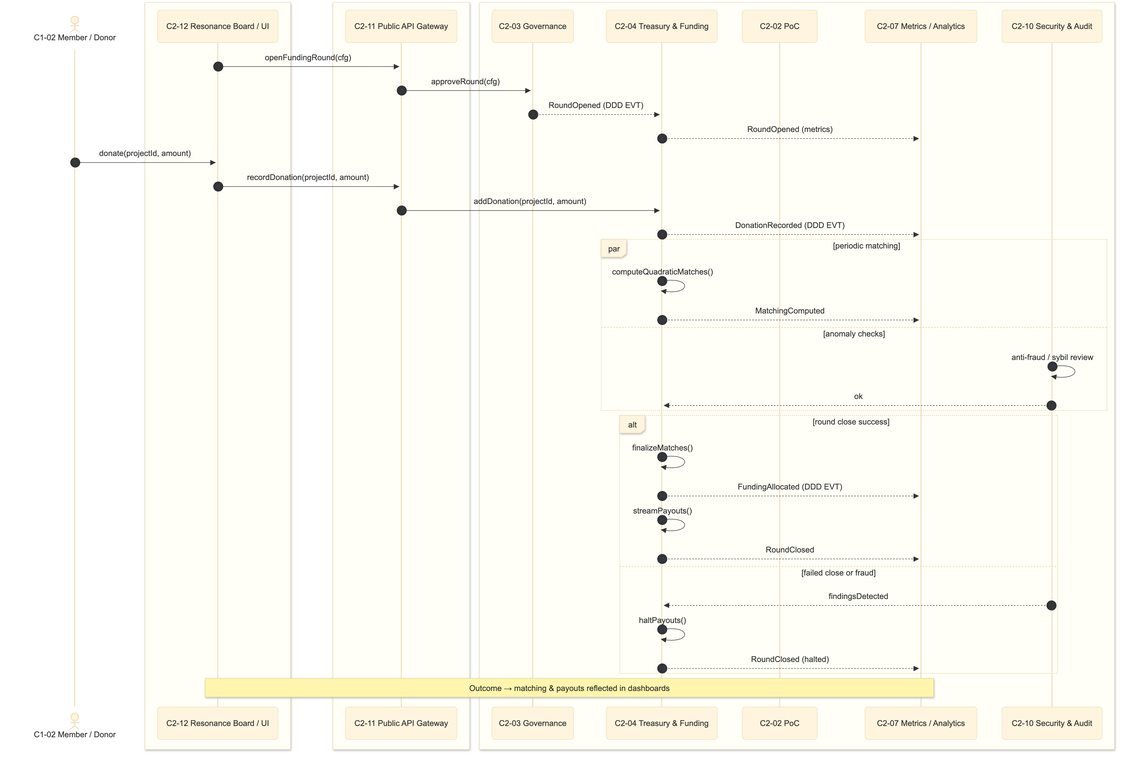
Earlier version of the Mermaid export assets/diagrams/C4_sequences/C4-03_Quadratic_Funding_Round_Setup_Matching_Payout.png (coherosphere/architecture). Its source is kept beside it as assets/diagrams/C4_sequences/C4-03_Quadratic_Funding_Round_Setup_Matching_Payout.mmd.
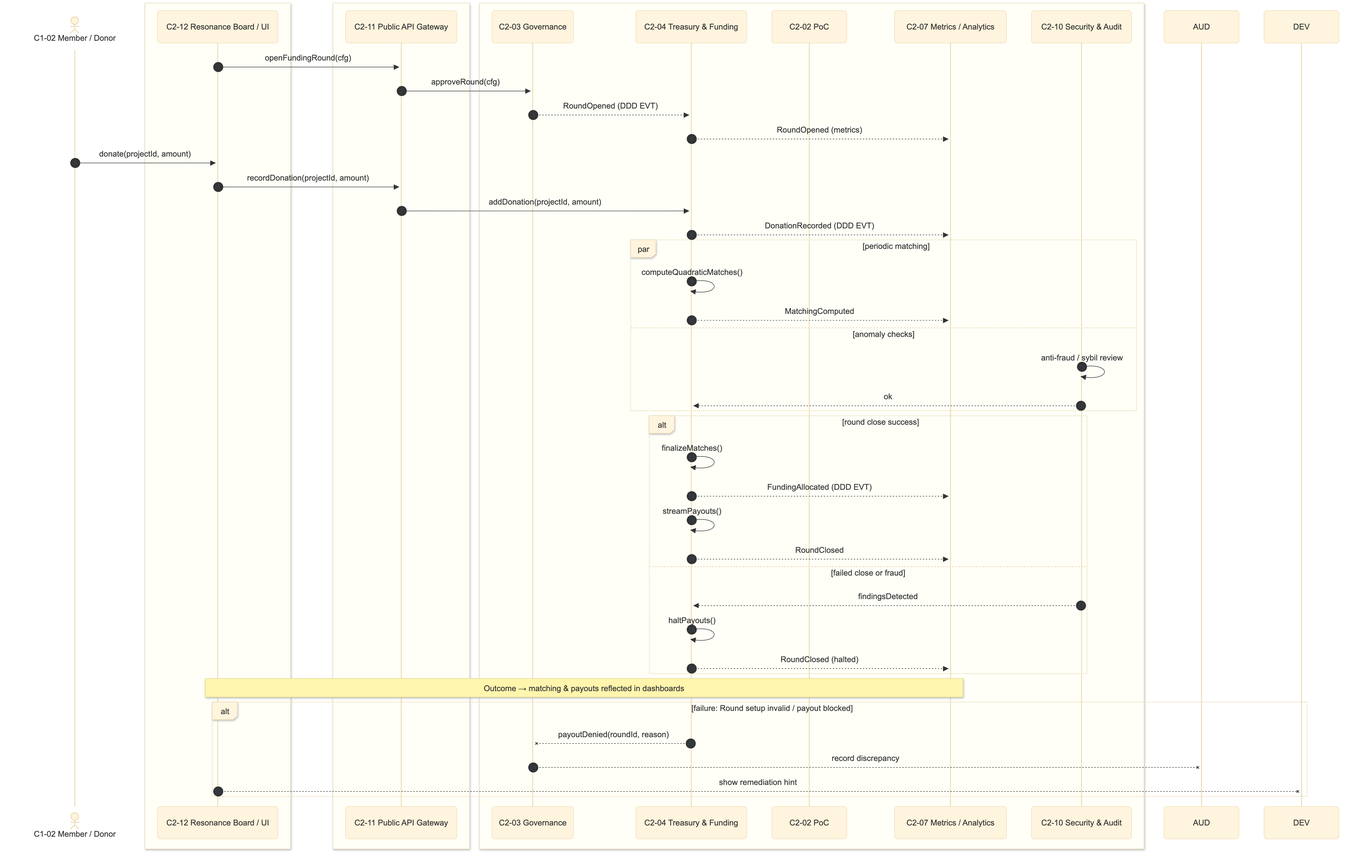
After the commit.

The edit, as a diff of the source:
```diff
@@ -50,3 +50,9 @@
 end
 
 note over UI,MET: Outcome → matching & payouts reflected in dashboards
+
+alt failure: Round setup invalid / payout blocked
+  TRE --x GOV: payoutDenied(roundId, reason)
+  GOV --x AUD: record discrepancy
+  UI  --x DEV: show remediation hint
+end
```
